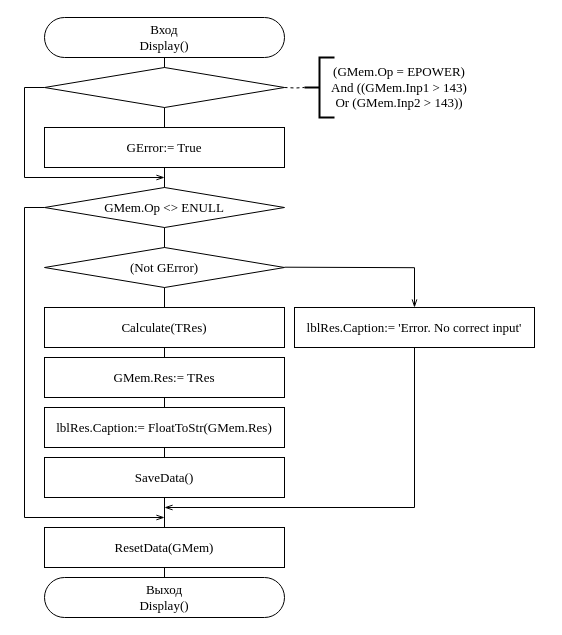
Above: page "Display" (5 of 6) of OAiP/Course/Scheme/GUI.drawio in Hummel009/Delphi-Projects (draw.io), before the change. Source tidied: cells renumbered, new cells numbered last; positions are measured from the earlier drawing's top-left corner, leaving out a move shared by most shapes. Both pictures are drawn from the tidied source at 100%, with x=0, y=0 at pixel (24, 17).
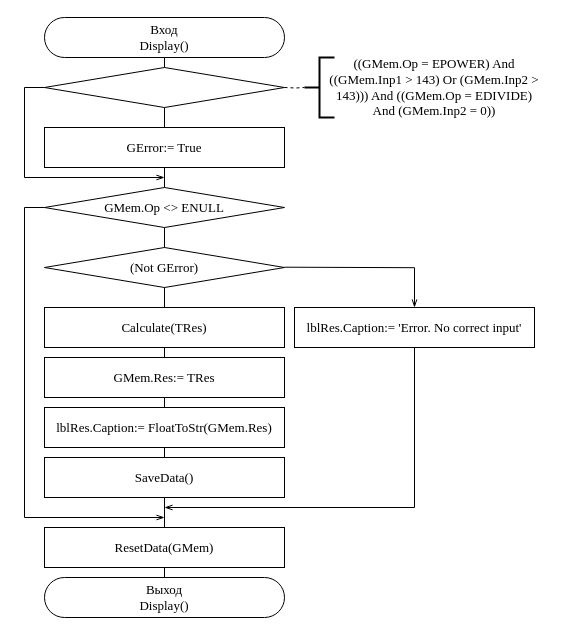
After the change.

Diff of the diagram source:
```diff
@@
-    <mxCell id="11" value="(GMem.Op = EPOWER) And ((GMem.Inp1 &amp;gt; 143) Or (GMem.Inp2 &amp;gt; 143))" style="text;html=1;strokeColor=none;fillColor=none;align=center;verticalAlign=middle;whiteSpace=wrap;rounded=0;fontFamily=Times New Roman;fontSize=13;" parent="1" vertex="1">
-      <mxGeometry x="300" y="50" width="150" height="40" as="geometry" />
+    <mxCell id="11" value="((GMem.Op = EPOWER) And ((GMem.Inp1 &amp;gt; 143) Or (GMem.Inp2 &amp;gt; 143))) And ((GMem.Op = EDIVIDE) And (GMem.Inp2 = 0))" style="text;html=1;strokeColor=none;fillColor=none;align=center;verticalAlign=middle;whiteSpace=wrap;rounded=0;fontFamily=Times New Roman;fontSize=13;" parent="1" vertex="1">
+      <mxGeometry x="300" y="50" width="220" height="40" as="geometry" />
     </mxCell>
```
